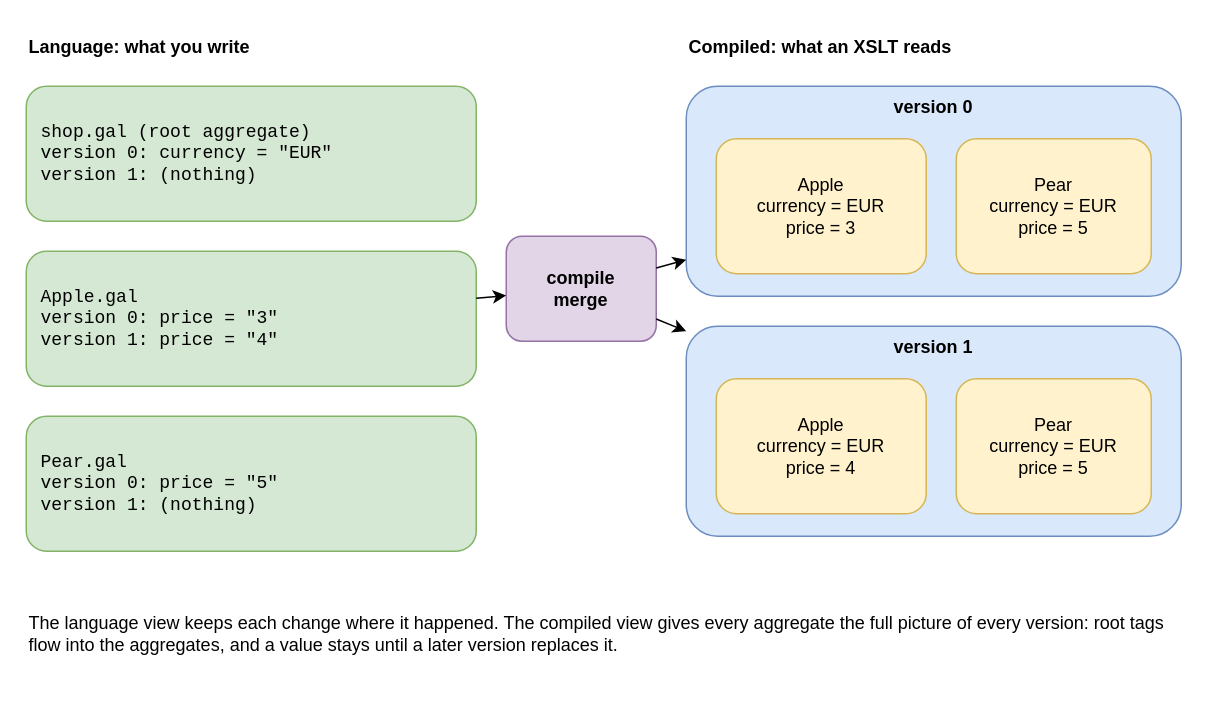
goloveshin/galimatron_doc keeps this draw.io diagram as drawio/05_two_views.drawio. Above is the earlier version. Source tidied: cells renumbered, new cells numbered last; positions are measured from the earlier drawing's top-left corner, leaving out a move shared by most shapes. Both pictures are drawn from the tidied source at 150%, with x=0, y=0 at pixel (26, 26).
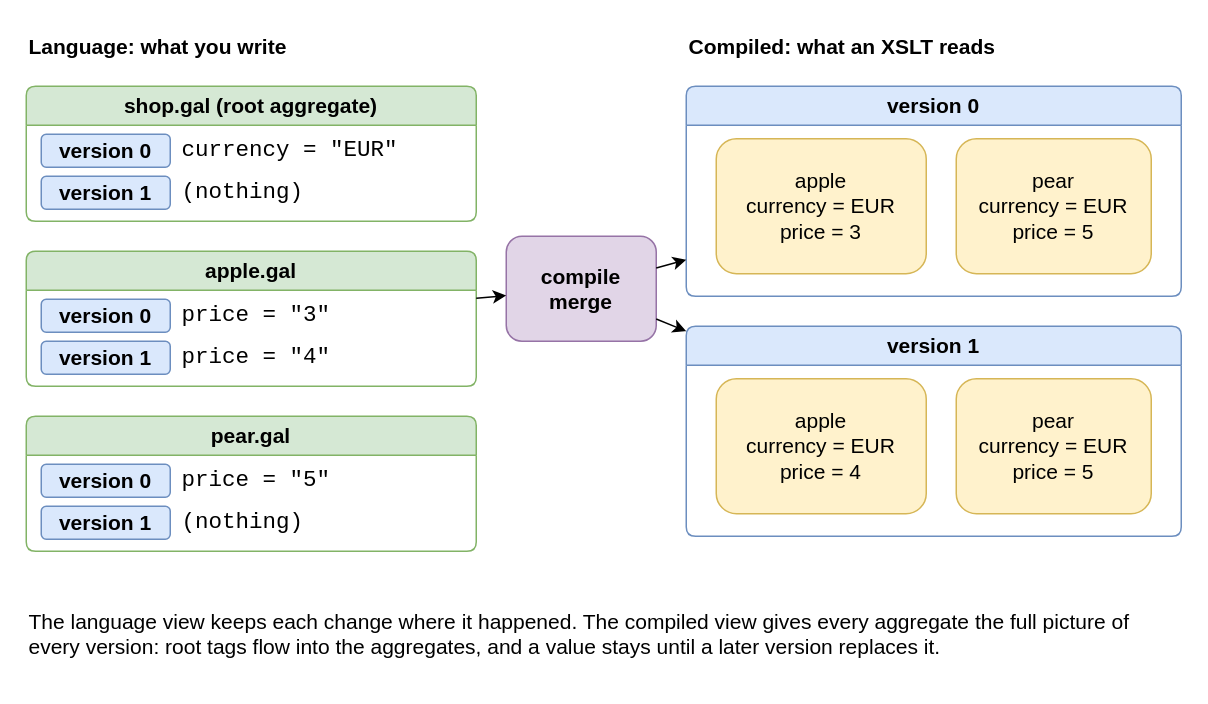
The same page after the edit.

The edit, as a diff of the source:
```diff
@@
-    <mxCell id="2" value="Language: what you write" style="text;html=1;whiteSpace=wrap;verticalAlign=middle;align=left;fontStyle=1;" parent="1" vertex="1">
+    <mxCell id="2" value="Language: what you write" style="text;html=1;whiteSpace=wrap;verticalAlign=middle;align=left;fontStyle=1;fontSize=14;" parent="1" vertex="1">
       <mxGeometry width="330" height="28" as="geometry" />
     </mxCell>
-    <mxCell id="3" value="Compiled: what an XSLT reads" style="text;html=1;whiteSpace=wrap;verticalAlign=middle;align=left;fontStyle=1;" parent="1" vertex="1">
+    <mxCell id="3" value="Compiled: what an XSLT reads" style="text;html=1;whiteSpace=wrap;verticalAlign=middle;align=left;fontStyle=1;fontSize=14;" parent="1" vertex="1">
       <mxGeometry x="440" width="330" height="28" as="geometry" />
     </mxCell>
-    <mxCell id="4" value="shop.gal   (root aggregate)&lt;br&gt;version 0:  currency = &quot;EUR&quot;&lt;br&gt;version 1:  (nothing)" style="rounded=1;whiteSpace=wrap;html=1;fillColor=#d5e8d4;strokeColor=#82b366;fontFamily=Courier New;fontSize=12;align=left;spacingLeft=8;spacingRight=8;" parent="1" vertex="1">
+    <mxCell id="4" value="shop.gal   (root aggregate)" style="swimlane;whiteSpace=wrap;html=1;rounded=1;arcSize=8;startSize=26;fillColor=#d5e8d4;strokeColor=#82b366;swimlaneFillColor=#ffffff;fontStyle=1;fontSize=14;align=center;" parent="1" vertex="1">
       <mxGeometry y="40" width="300" height="90" as="geometry" />
     </mxCell>
+    <mxCell id="18" value="version 0" style="rounded=1;whiteSpace=wrap;html=1;fillColor=#dae8fc;strokeColor=#6c8ebf;fontStyle=1;fontSize=14;" parent="4" vertex="1">
+      <mxGeometry x="10" y="32" width="86" height="22" as="geometry" />
+    </mxCell>
+    <mxCell id="19" value="currency = &quot;EUR&quot;" style="text;html=1;whiteSpace=wrap;verticalAlign=middle;align=left;fontFamily=Courier New;fontSize=15;" parent="4" vertex="1">
+      <mxGeometry x="102" y="32" width="192" height="22" as="geometry" />
+    </mxCell>
+    <mxCell id="20" value="version 1" style="rounded=1;whiteSpace=wrap;html=1;fillColor=#dae8fc;strokeColor=#6c8ebf;fontStyle=1;fontSize=14;" parent="4" vertex="1">
+      <mxGeometry x="10" y="60" width="86" height="22" as="geometry" />
+    </mxCell>
+    <mxCell id="21" value="(nothing)" style="text;html=1;whiteSpace=wrap;verticalAlign=middle;align=left;fontFamily=Courier New;fontSize=15;" parent="4" vertex="1">
+      <mxGeometry x="102" y="60" width="192" height="22" as="geometry" />
+    </mxCell>
-    <mxCell id="5" value="Apple.gal&lt;br&gt;version 0:  price = &quot;3&quot;&lt;br&gt;version 1:  price = &quot;4&quot;" style="rounded=1;whiteSpace=wrap;html=1;fillColor=#d5e8d4;strokeColor=#82b366;fontFamily=Courier New;fontSize=12;align=left;spacingLeft=8;spacingRight=8;" parent="1" vertex="1">
+    <mxCell id="5" value="apple.gal" style="swimlane;whiteSpace=wrap;html=1;rounded=1;arcSize=8;startSize=26;fillColor=#d5e8d4;strokeColor=#82b366;swimlaneFillColor=#ffffff;fontStyle=1;fontSize=14;align=center;" parent="1" vertex="1">
       <mxGeometry y="150" width="300" height="90" as="geometry" />
     </mxCell>
+    <mxCell id="22" value="version 0" style="rounded=1;whiteSpace=wrap;html=1;fillColor=#dae8fc;strokeColor=#6c8ebf;fontStyle=1;fontSize=14;" parent="5" vertex="1">
+      <mxGeometry x="10" y="32" width="86" height="22" as="geometry" />
+    </mxCell>
+    <mxCell id="23" value="price = &quot;3&quot;" style="text;html=1;whiteSpace=wrap;verticalAlign=middle;align=left;fontFamily=Courier New;fontSize=15;" parent="5" vertex="1">
+      <mxGeometry x="102" y="32" width="192" height="22" as="geometry" />
+    </mxCell>
+    <mxCell id="24" value="version 1" style="rounded=1;whiteSpace=wrap;html=1;fillColor=#dae8fc;strokeColor=#6c8ebf;fontStyle=1;fontSize=14;" parent="5" vertex="1">
+      <mxGeometry x="10" y="60" width="86" height="22" as="geometry" />
+    </mxCell>
+    <mxCell id="25" value="price = &quot;4&quot;" style="text;html=1;whiteSpace=wrap;verticalAlign=middle;align=left;fontFamily=Courier New;fontSize=15;" parent="5" vertex="1">
+      <mxGeometry x="102" y="60" width="192" height="22" as="geometry" />
+    </mxCell>
-    <mxCell id="6" value="Pear.gal&lt;br&gt;version 0:  price = &quot;5&quot;&lt;br&gt;version 1:  (nothing)" style="rounded=1;whiteSpace=wrap;html=1;fillColor=#d5e8d4;strokeColor=#82b366;fontFamily=Courier New;fontSize=12;align=left;spacingLeft=8;spacingRight=8;" parent="1" vertex="1">
+    <mxCell id="6" value="pear.gal" style="swimlane;whiteSpace=wrap;html=1;rounded=1;arcSize=8;startSize=26;fillColor=#d5e8d4;strokeColor=#82b366;swimlaneFillColor=#ffffff;fontStyle=1;fontSize=14;align=center;" parent="1" vertex="1">
       <mxGeometry y="260" width="300" height="90" as="geometry" />
     </mxCell>
+    <mxCell id="26" value="version 0" style="rounded=1;whiteSpace=wrap;html=1;fillColor=#dae8fc;strokeColor=#6c8ebf;fontStyle=1;fontSize=14;" parent="6" vertex="1">
+      <mxGeometry x="10" y="32" width="86" height="22" as="geometry" />
+    </mxCell>
+    <mxCell id="27" value="price = &quot;5&quot;" style="text;html=1;whiteSpace=wrap;verticalAlign=middle;align=left;fontFamily=Courier New;fontSize=15;" parent="6" vertex="1">
+      <mxGeometry x="102" y="32" width="192" height="22" as="geometry" />
+    </mxCell>
+    <mxCell id="28" value="version 1" style="rounded=1;whiteSpace=wrap;html=1;fillColor=#dae8fc;strokeColor=#6c8ebf;fontStyle=1;fontSize=14;" parent="6" vertex="1">
+      <mxGeometry x="10" y="60" width="86" height="22" as="geometry" />
+    </mxCell>
+    <mxCell id="29" value="(nothing)" style="text;html=1;whiteSpace=wrap;verticalAlign=middle;align=left;fontFamily=Courier New;fontSize=15;" parent="6" vertex="1">
+      <mxGeometry x="102" y="60" width="192" height="22" as="geometry" />
+    </mxCell>
-    <mxCell id="7" value="version 0" style="rounded=1;whiteSpace=wrap;html=1;fillColor=#dae8fc;strokeColor=#6c8ebf;verticalAlign=top;fontStyle=1;" parent="1" vertex="1">
+    <mxCell id="7" value="version 0" style="swimlane;whiteSpace=wrap;html=1;rounded=1;arcSize=8;startSize=26;fillColor=#dae8fc;strokeColor=#6c8ebf;swimlaneFillColor=#ffffff;fontStyle=1;fontSize=14;align=center;" parent="1" vertex="1">
       <mxGeometry x="440" y="40" width="330" height="140" as="geometry" />
     </mxCell>
-    <mxCell id="8" value="Apple&lt;br&gt;currency = EUR&lt;br&gt;price = 3" style="rounded=1;whiteSpace=wrap;html=1;fillColor=#fff2cc;strokeColor=#d6b656;fontSize=12;" parent="1" vertex="1">
+    <mxCell id="8" value="apple&lt;br&gt;currency = EUR&lt;br&gt;price = 3" style="rounded=1;whiteSpace=wrap;html=1;fillColor=#fff2cc;strokeColor=#d6b656;fontSize=14;" parent="1" vertex="1">
       <mxGeometry x="460" y="75" width="140" height="90" as="geometry" />
     </mxCell>
-    <mxCell id="9" value="Pear&lt;br&gt;currency = EUR&lt;br&gt;price = 5" style="rounded=1;whiteSpace=wrap;html=1;fillColor=#fff2cc;strokeColor=#d6b656;fontSize=12;" parent="1" vertex="1">
+    <mxCell id="9" value="pear&lt;br&gt;currency = EUR&lt;br&gt;price = 5" style="rounded=1;whiteSpace=wrap;html=1;fillColor=#fff2cc;strokeColor=#d6b656;fontSize=14;" parent="1" vertex="1">
       <mxGeometry x="620" y="75" width="130" height="90" as="geometry" />
     </mxCell>
-    <mxCell id="10" value="version 1" style="rounded=1;whiteSpace=wrap;html=1;fillColor=#dae8fc;strokeColor=#6c8ebf;verticalAlign=top;fontStyle=1;" parent="1" vertex="1">
+    <mxCell id="10" value="version 1" style="swimlane;whiteSpace=wrap;html=1;rounded=1;arcSize=8;startSize=26;fillColor=#dae8fc;strokeColor=#6c8ebf;swimlaneFillColor=#ffffff;fontStyle=1;fontSize=14;align=center;" parent="1" vertex="1">
       <mxGeometry x="440" y="200" width="330" height="140" as="geometry" />
     </mxCell>
-    <mxCell id="11" value="Apple&lt;br&gt;currency = EUR&lt;br&gt;price = 4" style="rounded=1;whiteSpace=wrap;html=1;fillColor=#fff2cc;strokeColor=#d6b656;fontSize=12;" parent="1" vertex="1">
+    <mxCell id="11" value="apple&lt;br&gt;currency = EUR&lt;br&gt;price = 4" style="rounded=1;whiteSpace=wrap;html=1;fillColor=#fff2cc;strokeColor=#d6b656;fontSize=14;" parent="1" vertex="1">
       <mxGeometry x="460" y="235" width="140" height="90" as="geometry" />
     </mxCell>
-    <mxCell id="12" value="Pear&lt;br&gt;currency = EUR&lt;br&gt;price = 5" style="rounded=1;whiteSpace=wrap;html=1;fillColor=#fff2cc;strokeColor=#d6b656;fontSize=12;" parent="1" vertex="1">
+    <mxCell id="12" value="pear&lt;br&gt;currency = EUR&lt;br&gt;price = 5" style="rounded=1;whiteSpace=wrap;html=1;fillColor=#fff2cc;strokeColor=#d6b656;fontSize=14;" parent="1" vertex="1">
       <mxGeometry x="620" y="235" width="130" height="90" as="geometry" />
     </mxCell>
-    <mxCell id="13" value="compile&lt;br&gt;merge" style="rounded=1;whiteSpace=wrap;html=1;fillColor=#e1d5e7;strokeColor=#9673a6;fontStyle=1;" parent="1" vertex="1">
+    <mxCell id="13" value="compile&lt;br&gt;merge" style="rounded=1;whiteSpace=wrap;html=1;fillColor=#e1d5e7;strokeColor=#9673a6;fontStyle=1;fontSize=14;" parent="1" vertex="1">
       <mxGeometry x="320" y="140" width="100" height="70" as="geometry" />
     </mxCell>
@@
-    <mxCell id="17" value="The language view keeps each change where it happened. The compiled view gives every aggregate the full picture of every version: root tags flow into the aggregates, and a value stays until a later version replaces it." style="text;html=1;whiteSpace=wrap;verticalAlign=middle;align=left;" parent="1" vertex="1">
+    <mxCell id="17" value="The language view keeps each change where it happened. The compiled view gives every aggregate the full picture of every version: root tags flow into the aggregates, and a value stays until a later version replaces it." style="text;html=1;whiteSpace=wrap;verticalAlign=middle;align=left;fontSize=14;" parent="1" vertex="1">
       <mxGeometry y="375" width="770" height="60" as="geometry" />
     </mxCell>
```
